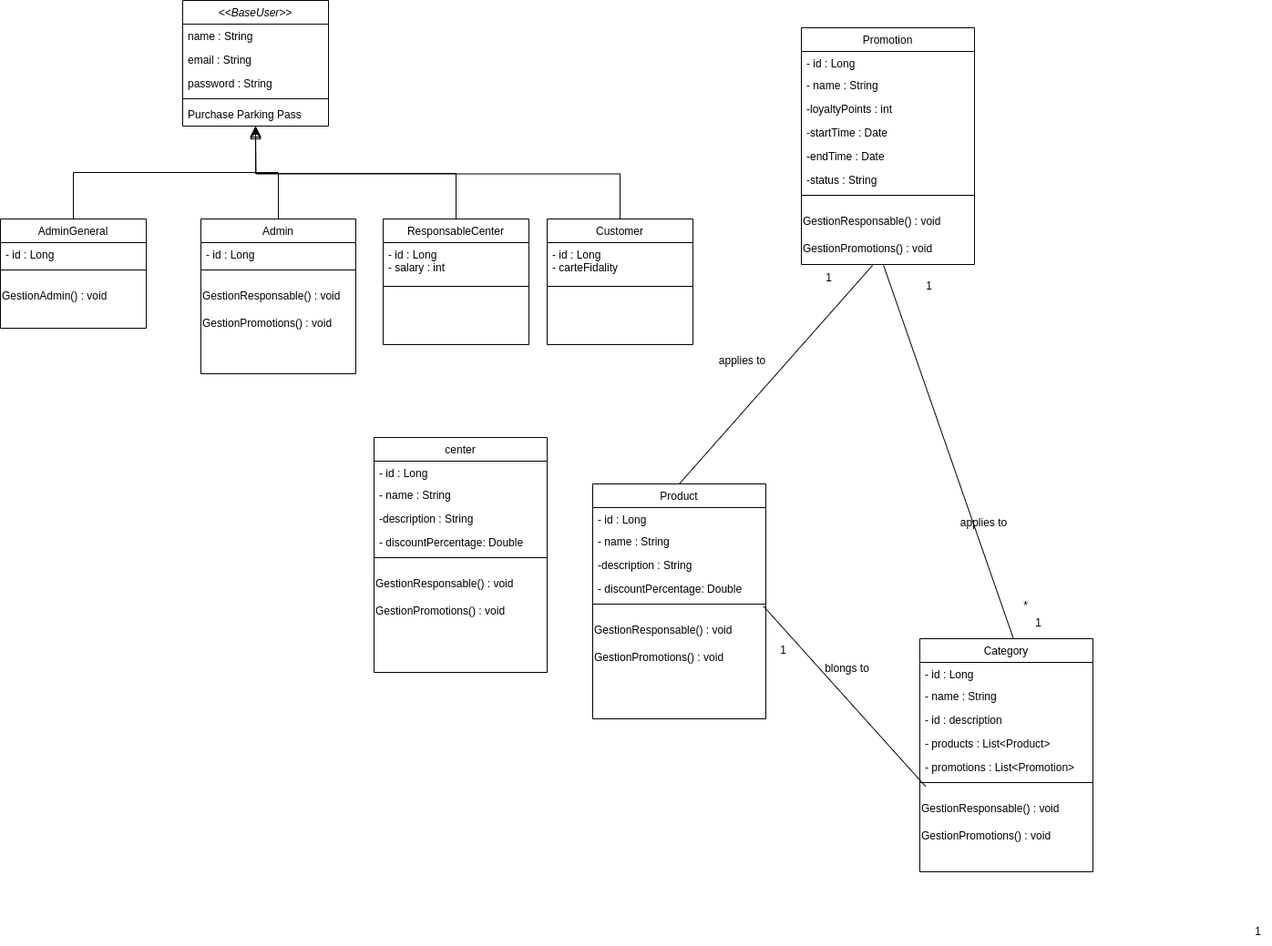
Abderrahmanehaouate/MarjanV2 keeps this draw.io diagram as UML/diagramClass.png. Above is the earlier version. Source tidied: cells renumbered, new cells last; positions are measured from the earlier drawing's top-left corner, leaving out a move shared by most shapes.
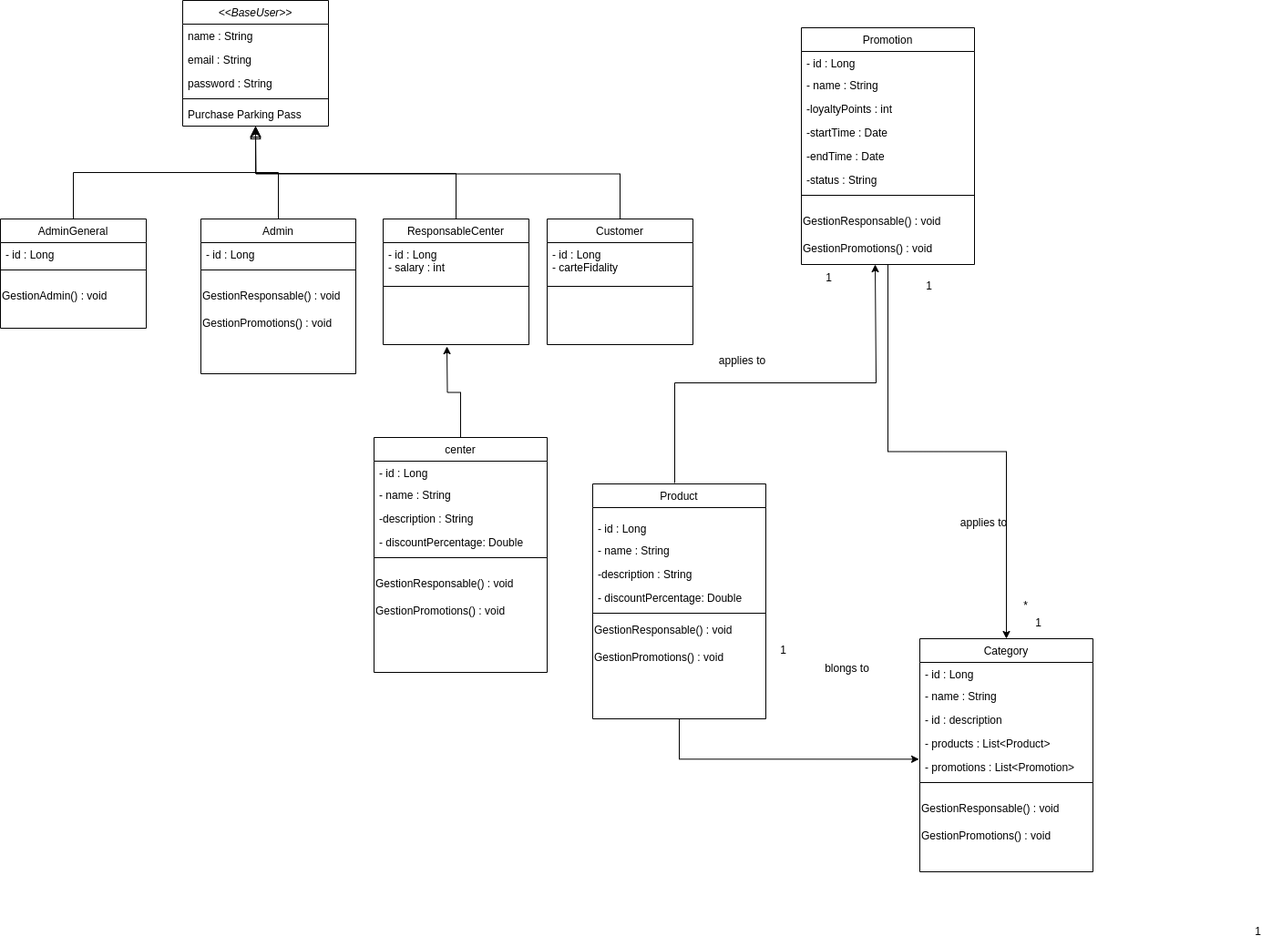
The same file after the commit.

Change to the diagram source:
```diff
@@ -108,6 +108,9 @@
     <mxCell id="34" value="GestionPromotions() : void" style="text;html=1;align=left;verticalAlign=middle;strokeColor=none;fillColor=none;" parent="25" vertex="1">
       <mxGeometry y="202" width="190" height="30" as="geometry" />
     </mxCell>
+    <mxCell id="80" style="edgeStyle=orthogonalEdgeStyle;rounded=0;jettySize=auto;html=1;entryX=0.5;entryY=0;entryDx=0;entryDy=0;" parent="1" edge="1" source="35" target="25">
+      <mxGeometry relative="1" as="geometry" />
+    </mxCell>
     <mxCell id="35" value="Promotion" style="swimlane;fontStyle=0;align=center;verticalAlign=top;horizontal=1;startSize=26;rounded=0;shadow=0;strokeWidth=1;" parent="1" vertex="1">
       <mxGeometry x="879" y="30" width="190" height="260" as="geometry" />
     </mxCell>
@@ -155,6 +158,11 @@
     <mxCell id="49" style="line;html=1;strokeWidth=1;align=left;verticalAlign=middle;spacingTop=-1;spacingLeft=3;spacingRight=3;labelPosition=right;" parent="47" vertex="1">
       <mxGeometry y="70" width="160" height="8" as="geometry" />
     </mxCell>
+    <mxCell id="81" style="edgeStyle=orthogonalEdgeStyle;rounded=0;jettySize=auto;html=1;exitX=0.5;exitY=0;exitDx=0;exitDy=0;" parent="1" edge="1" source="50">
+      <mxGeometry relative="1" as="geometry">
+        <mxPoint x="490" y="380" as="targetPoint" />
+      </mxGeometry>
+    </mxCell>
     <mxCell id="50" value="center" style="swimlane;fontStyle=0;align=center;verticalAlign=top;horizontal=1;startSize=26;rounded=0;shadow=0;strokeWidth=1;" parent="1" vertex="1">
       <mxGeometry x="410" y="480" width="190" height="258" as="geometry" />
     </mxCell>
@@ -182,36 +190,43 @@
     <mxCell id="58" value="GestionPromotions() : void" style="text;html=1;align=left;verticalAlign=middle;strokeColor=none;fillColor=none;" parent="50" vertex="1">
       <mxGeometry y="176" width="190" height="30" as="geometry" />
     </mxCell>
+    <mxCell id="82" style="edgeStyle=orthogonalEdgeStyle;rounded=0;orthogonalLoop=1;jettySize=auto;html=1;" parent="1" edge="1">
+      <mxGeometry relative="1" as="geometry">
+        <mxPoint x="740" y="530" as="sourcePoint" />
+        <mxPoint x="960" y="290" as="targetPoint" />
+        <Array as="points">
+          <mxPoint x="740" y="420" />
+          <mxPoint x="961" y="420" />
+        </Array>
+      </mxGeometry>
+    </mxCell>
     <mxCell id="59" value="Product" style="swimlane;fontStyle=0;align=center;verticalAlign=top;horizontal=1;startSize=26;rounded=0;shadow=0;strokeWidth=1;" parent="1" vertex="1">
       <mxGeometry x="650" y="531" width="190" height="258" as="geometry" />
     </mxCell>
+    <mxCell id="65" value="&lt;div style=&quot;text-align: justify;&quot;&gt;&lt;/div&gt;" style="text;html=1;align=center;verticalAlign=middle;points=[];strokeColor=none;fillColor=none;" parent="59" vertex="1">
+      <mxGeometry y="26" width="190" height="10" as="geometry" />
+    </mxCell>
     <mxCell id="60" value="- id : Long" style="text;align=left;verticalAlign=top;spacingLeft=4;spacingRight=4;overflow=hidden;" parent="59" vertex="1">
-      <mxGeometry y="26" width="190" height="24" as="geometry" />
+      <mxGeometry y="36" width="190" height="24" as="geometry" />
     </mxCell>
     <mxCell id="61" value="- name : String" style="text;align=left;verticalAlign=top;spacingLeft=4;spacingRight=4;overflow=hidden;" parent="59" vertex="1">
-      <mxGeometry y="50" width="190" height="26" as="geometry" />
+      <mxGeometry y="60" width="190" height="26" as="geometry" />
     </mxCell>
     <mxCell id="62" value="-description : String" style="text;align=left;verticalAlign=top;spacingLeft=4;spacingRight=4;overflow=hidden;" parent="59" vertex="1">
-      <mxGeometry y="76" width="190" height="26" as="geometry" />
+      <mxGeometry y="86" width="190" height="26" as="geometry" />
     </mxCell>
     <mxCell id="63" value="- discountPercentage: Double" style="text;align=left;verticalAlign=top;spacingLeft=4;spacingRight=4;overflow=hidden;" parent="59" vertex="1">
-      <mxGeometry y="102" width="190" height="26" as="geometry" />
+      <mxGeometry y="112" width="190" height="26" as="geometry" />
     </mxCell>
     <mxCell id="64" style="line;html=1;strokeWidth=1;align=left;verticalAlign=middle;spacingTop=-1;spacingLeft=3;spacingRight=3;labelPosition=right;" parent="59" vertex="1">
-      <mxGeometry y="128" width="190" height="8" as="geometry" />
+      <mxGeometry y="138" width="190" height="8" as="geometry" />
     </mxCell>
-    <mxCell id="65" value="&lt;div style=&quot;text-align: justify;&quot;&gt;&lt;/div&gt;" style="text;html=1;align=center;verticalAlign=middle;points=[];strokeColor=none;fillColor=none;" parent="59" vertex="1">
-      <mxGeometry y="136" width="190" height="10" as="geometry" />
-    </mxCell>
     <mxCell id="66" value="GestionResponsable() : void" style="text;html=1;align=left;verticalAlign=middle;strokeColor=none;fillColor=none;" parent="59" vertex="1">
       <mxGeometry y="146" width="190" height="30" as="geometry" />
     </mxCell>
     <mxCell id="67" value="GestionPromotions() : void" style="text;html=1;align=left;verticalAlign=middle;strokeColor=none;fillColor=none;" parent="59" vertex="1">
       <mxGeometry y="176" width="190" height="30" as="geometry" />
     </mxCell>
-    <mxCell id="68" style="endArrow=none;html=1;rounded=0;exitX=0.5;exitY=0;exitDx=0;exitDy=0;entryX=0.411;entryY=1.1;entryDx=0;entryDy=0;entryPerimeter=0;" parent="1" edge="1" source="59" target="45">
-      <mxGeometry relative="1" as="geometry" />
-    </mxCell>
     <mxCell id="69" value="applies to" style="text;html=1;align=center;verticalAlign=middle;strokeColor=none;fillColor=none;" parent="1" vertex="1">
       <mxGeometry x="779" y="381" width="70" height="30" as="geometry" />
     </mxCell>
@@ -221,12 +236,6 @@
     <mxCell id="71" value="1" style="text;html=1;align=center;verticalAlign=middle;strokeColor=none;fillColor=none;" parent="1" vertex="1">
       <mxGeometry x="894" y="290" width="30" height="30" as="geometry" />
     </mxCell>
-    <mxCell id="72" style="endArrow=none;html=1;rounded=0;exitX=0.539;exitY=-0.004;exitDx=0;exitDy=0;entryX=0.475;entryY=1.104;entryDx=0;entryDy=0;entryPerimeter=0;exitPerimeter=0;" parent="1" edge="1" source="25" target="45">
-      <mxGeometry relative="1" as="geometry" />
-    </mxCell>
-    <mxCell id="73" style="endArrow=none;html=1;rounded=0;exitX=0.987;exitY=-0.154;exitDx=0;exitDy=0;entryX=0.033;entryY=1.03;entryDx=0;entryDy=0;entryPerimeter=0;exitPerimeter=0;" parent="1" edge="1" source="65" target="31">
-      <mxGeometry relative="1" as="geometry" />
-    </mxCell>
     <mxCell id="74" value="applies to" style="text;html=1;align=center;verticalAlign=middle;strokeColor=none;fillColor=none;" parent="1" vertex="1">
       <mxGeometry x="1044" y="559" width="70" height="30" as="geometry" />
     </mxCell>
@@ -245,5 +254,8 @@
     <mxCell id="79" value="1" style="text;html=1;align=center;verticalAlign=middle;strokeColor=none;fillColor=none;" parent="1" vertex="1">
       <mxGeometry x="1124" y="669" width="30" height="30" as="geometry" />
     </mxCell>
+    <mxCell id="83" style="edgeStyle=orthogonalEdgeStyle;rounded=0;jettySize=auto;html=1;entryX=-0.005;entryY=0.167;entryDx=0;entryDy=0;entryPerimeter=0;" parent="1" edge="1" source="59" target="30">
+      <mxGeometry relative="1" as="geometry" />
+    </mxCell>
   </root>
 </mxGraphModel>
```
